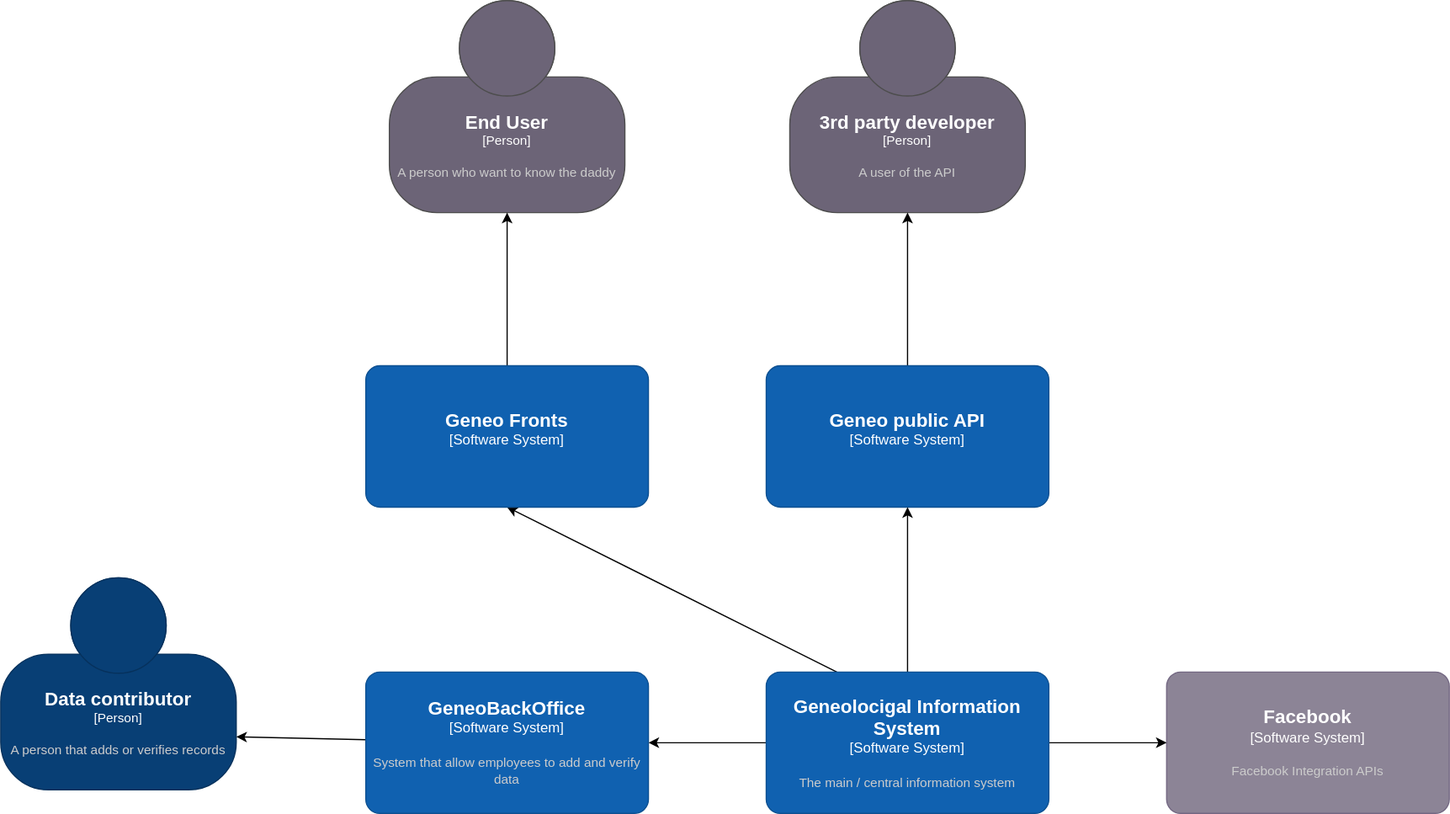
Earlier version of the draw.io export docs/img/daddy-system-context.drawio.svg (yostane/cours-archi-logicielle). Source tidied: cells renumbered, new cells last; positions are measured from the earlier drawing's top-left corner, leaving out a move shared by most shapes.
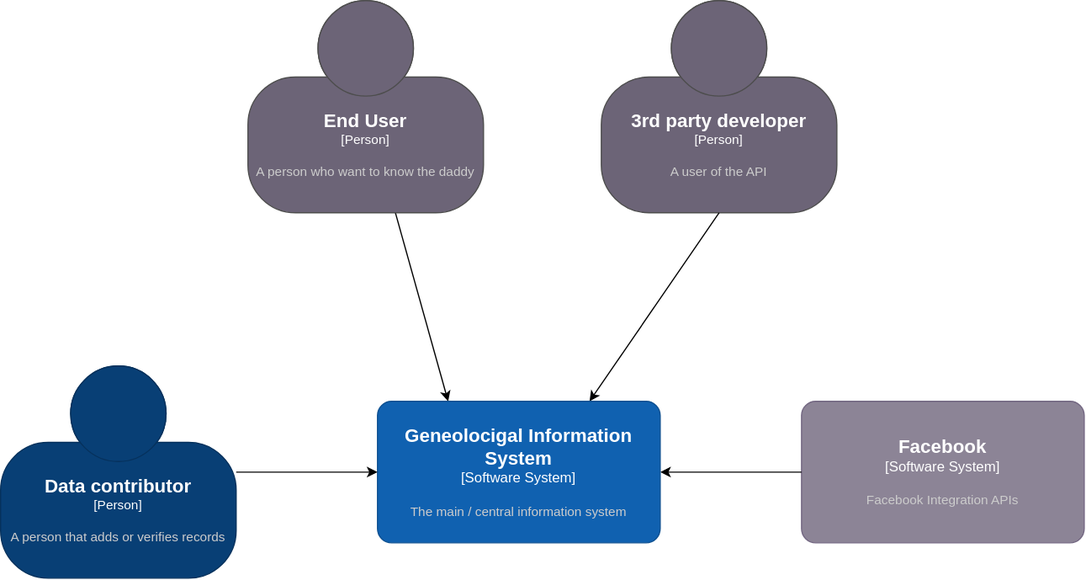
The same file after the commit.

Change to the diagram source:
```diff
@@ -2,66 +2,42 @@
   <root>
     <mxCell id="0" />
     <mxCell id="1" parent="0" />
+    <mxCell id="17" style="edgeStyle=none;html=1;entryX=0.25;entryY=0;entryDx=0;entryDy=0;entryPerimeter=0;" parent="1" edge="1" source="2" target="12">
+      <mxGeometry relative="1" as="geometry" />
+    </mxCell>
     <object id="2" label="&lt;font style=&quot;font-size: 16px&quot;&gt;&lt;b&gt;%c4Name%&lt;/b&gt;&lt;/font&gt;&lt;div&gt;[%c4Type%]&lt;/div&gt;&lt;br&gt;&lt;div&gt;&lt;font style=&quot;font-size: 11px&quot;&gt;&lt;font color=&quot;#cccccc&quot;&gt;%c4Description%&lt;/font&gt;&lt;/div&gt;" c4Description="A person who want to know the daddy" c4Name="End User" c4Type="Person" placeholders="1">
       <mxCell style="html=1;fontSize=11;dashed=0;whiteSpace=wrap;fillColor=#6C6477;strokeColor=#4D4D4D;fontColor=#ffffff;shape=mxgraph.c4.person2;align=center;points=[[0.5,0,0],[1,0.5,0],[1,0.75,0],[0.75,1,0],[0.5,1,0],[0.25,1,0],[0,0.75,0],[0,0.5,0]];" parent="1" vertex="1">
-        <mxGeometry x="330" width="200" height="180" as="geometry" />
+        <mxGeometry x="370" y="110" width="200" height="180" as="geometry" />
       </mxCell>
     </object>
     <object id="3" label="&lt;font style=&quot;font-size: 16px&quot;&gt;&lt;b&gt;%c4Name%&lt;/b&gt;&lt;/font&gt;&lt;div&gt;[%c4Type%]&lt;/div&gt;&lt;br&gt;&lt;div&gt;&lt;font style=&quot;font-size: 11px&quot;&gt;&lt;font color=&quot;#cccccc&quot;&gt;%c4Description%&lt;/font&gt;&lt;/div&gt;" c4Description="A user of the API" c4Name="3rd party developer" c4Type="Person" placeholders="1">
       <mxCell style="html=1;fontSize=11;dashed=0;whiteSpace=wrap;fillColor=#6C6477;strokeColor=#4D4D4D;fontColor=#ffffff;shape=mxgraph.c4.person2;align=center;points=[[0.5,0,0],[1,0.5,0],[1,0.75,0],[0.75,1,0],[0.5,1,0],[0.25,1,0],[0,0.75,0],[0,0.5,0]];" parent="1" vertex="1">
-        <mxGeometry x="670" width="200" height="180" as="geometry" />
+        <mxGeometry x="670" y="110" width="200" height="180" as="geometry" />
       </mxCell>
     </object>
     <object id="4" label="&lt;font style=&quot;font-size: 16px&quot;&gt;&lt;b&gt;%c4Name%&lt;/b&gt;&lt;/font&gt;&lt;div&gt;[%c4Type%]&lt;/div&gt;&lt;br&gt;&lt;div&gt;&lt;font style=&quot;font-size: 11px&quot;&gt;&lt;font color=&quot;#cccccc&quot;&gt;%c4Description%&lt;/font&gt;&lt;/div&gt;" c4Description="A person that adds or verifies records" c4Name="Data contributor" c4Type="Person" placeholders="1">
       <mxCell style="html=1;fontSize=11;dashed=0;whiteSpace=wrap;fillColor=#083F75;strokeColor=#06315C;fontColor=#ffffff;shape=mxgraph.c4.person2;align=center;points=[[0.5,0,0],[1,0.5,0],[1,0.75,0],[0.75,1,0],[0.5,1,0],[0.25,1,0],[0,0.75,0],[0,0.5,0]];" parent="1" vertex="1">
-        <mxGeometry y="490" width="200" height="180" as="geometry" />
+        <mxGeometry x="160" y="420" width="200" height="180" as="geometry" />
       </mxCell>
     </object>
     <object id="5" label="&lt;font style=&quot;font-size: 16px&quot;&gt;&lt;b&gt;%c4Name%&lt;/b&gt;&lt;/font&gt;&lt;div&gt;[%c4Type%]&lt;/div&gt;&lt;br&gt;&lt;div&gt;&lt;font style=&quot;font-size: 11px&quot;&gt;&lt;font color=&quot;#cccccc&quot;&gt;%c4Description%&lt;/font&gt;&lt;/div&gt;" c4Description="Facebook Integration APIs" c4Name="Facebook" c4Type="Software System" placeholders="1">
       <mxCell style="rounded=1;whiteSpace=wrap;html=1;labelBackgroundColor=none;fillColor=#8C8496;fontColor=#ffffff;align=center;arcSize=10;strokeColor=#736782;points=[[0.25,0,0],[0.5,0,0],[0.75,0,0],[1,0.25,0],[1,0.5,0],[1,0.75,0],[0.75,1,0],[0.5,1,0],[0.25,1,0],[0,0.75,0],[0,0.5,0],[0,0.25,0]];" parent="1" vertex="1">
-        <mxGeometry x="990" y="570" width="240" height="120" as="geometry" />
+        <mxGeometry x="840" y="450" width="240" height="120" as="geometry" />
       </mxCell>
     </object>
-    <mxCell id="6" style="edgeStyle=none;html=1;entryX=0.5;entryY=1;entryDx=0;entryDy=0;entryPerimeter=0;" parent="1" edge="1" source="7" target="3">
+    <mxCell id="6" style="edgeStyle=none;html=1;entryX=0.75;entryY=0;entryDx=0;entryDy=0;entryPerimeter=0;exitX=0.5;exitY=1;exitDx=0;exitDy=0;exitPerimeter=0;" parent="1" edge="1" source="3" target="12">
       <mxGeometry relative="1" as="geometry" />
     </mxCell>
-    <object id="7" label="&lt;font style=&quot;font-size: 16px&quot;&gt;&lt;b&gt;%c4Name%&lt;/b&gt;&lt;/font&gt;&lt;div&gt;[%c4Type%]&lt;/div&gt;&lt;br&gt;&lt;div&gt;&lt;font style=&quot;font-size: 11px&quot;&gt;&lt;font color=&quot;#cccccc&quot;&gt;%c4Description%&lt;/font&gt;&lt;/div&gt;" c4Description="" c4Name="Geneo public API" c4Type="Software System" placeholders="1">
-      <mxCell style="rounded=1;whiteSpace=wrap;html=1;labelBackgroundColor=none;fillColor=#1061B0;fontColor=#ffffff;align=center;arcSize=10;strokeColor=#0D5091;points=[[0.25,0,0],[0.5,0,0],[0.75,0,0],[1,0.25,0],[1,0.5,0],[1,0.75,0],[0.75,1,0],[0.5,1,0],[0.25,1,0],[0,0.75,0],[0,0.5,0],[0,0.25,0]];" parent="1" vertex="1">
-        <mxGeometry x="650" y="310" width="240" height="120" as="geometry" />
-      </mxCell>
-    </object>
-    <mxCell id="8" style="edgeStyle=none;html=1;entryX=0.5;entryY=1;entryDx=0;entryDy=0;entryPerimeter=0;" parent="1" edge="1" source="12" target="7">
-      <mxGeometry relative="1" as="geometry" />
-    </mxCell>
-    <mxCell id="9" style="edgeStyle=none;html=1;exitX=0.25;exitY=0;exitDx=0;exitDy=0;exitPerimeter=0;entryX=0.5;entryY=1;entryDx=0;entryDy=0;entryPerimeter=0;" parent="1" edge="1" source="12" target="14">
-      <mxGeometry relative="1" as="geometry" />
-    </mxCell>
-    <mxCell id="10" style="edgeStyle=none;html=1;entryX=1;entryY=0.5;entryDx=0;entryDy=0;entryPerimeter=0;" parent="1" edge="1" source="12" target="16">
-      <mxGeometry relative="1" as="geometry" />
-    </mxCell>
-    <mxCell id="11" style="edgeStyle=none;html=1;entryX=0;entryY=0.5;entryDx=0;entryDy=0;entryPerimeter=0;" parent="1" edge="1" source="12" target="5">
+    <mxCell id="11" style="edgeStyle=none;html=1;exitX=0;exitY=0.5;exitDx=0;exitDy=0;exitPerimeter=0;" parent="1" edge="1" source="5" target="12">
       <mxGeometry relative="1" as="geometry" />
     </mxCell>
     <object id="12" label="&lt;font style=&quot;font-size: 16px&quot;&gt;&lt;b&gt;%c4Name%&lt;/b&gt;&lt;/font&gt;&lt;div&gt;[%c4Type%]&lt;/div&gt;&lt;br&gt;&lt;div&gt;&lt;font style=&quot;font-size: 11px&quot;&gt;&lt;font color=&quot;#cccccc&quot;&gt;%c4Description%&lt;/font&gt;&lt;/div&gt;" c4Description="The main / central information system" c4Name="Geneolocigal Information System" c4Type="Software System" placeholders="1">
       <mxCell style="rounded=1;whiteSpace=wrap;html=1;labelBackgroundColor=none;fillColor=#1061B0;fontColor=#ffffff;align=center;arcSize=10;strokeColor=#0D5091;points=[[0.25,0,0],[0.5,0,0],[0.75,0,0],[1,0.25,0],[1,0.5,0],[1,0.75,0],[0.75,1,0],[0.5,1,0],[0.25,1,0],[0,0.75,0],[0,0.5,0],[0,0.25,0]];" parent="1" vertex="1">
-        <mxGeometry x="650" y="570" width="240" height="120" as="geometry" />
+        <mxGeometry x="480" y="450" width="240" height="120" as="geometry" />
       </mxCell>
     </object>
-    <mxCell id="13" style="edgeStyle=none;html=1;entryX=0.5;entryY=1;entryDx=0;entryDy=0;entryPerimeter=0;" parent="1" edge="1" source="14" target="2">
-      <mxGeometry relative="1" as="geometry" />
-    </mxCell>
-    <object id="14" label="&lt;font style=&quot;font-size: 16px&quot;&gt;&lt;b&gt;%c4Name%&lt;/b&gt;&lt;/font&gt;&lt;div&gt;[%c4Type%]&lt;/div&gt;&lt;br&gt;&lt;div&gt;&lt;font style=&quot;font-size: 11px&quot;&gt;&lt;font color=&quot;#cccccc&quot;&gt;%c4Description%&lt;/font&gt;&lt;/div&gt;" c4Description="" c4Name="Geneo Fronts" c4Type="Software System" placeholders="1">
-      <mxCell style="rounded=1;whiteSpace=wrap;html=1;labelBackgroundColor=none;fillColor=#1061B0;fontColor=#ffffff;align=center;arcSize=10;strokeColor=#0D5091;points=[[0.25,0,0],[0.5,0,0],[0.75,0,0],[1,0.25,0],[1,0.5,0],[1,0.75,0],[0.75,1,0],[0.5,1,0],[0.25,1,0],[0,0.75,0],[0,0.5,0],[0,0.25,0]];" parent="1" vertex="1">
-        <mxGeometry x="310" y="310" width="240" height="120" as="geometry" />
-      </mxCell>
-    </object>
-    <mxCell id="15" style="edgeStyle=none;html=1;entryX=1;entryY=0.75;entryDx=0;entryDy=0;entryPerimeter=0;" parent="1" edge="1" source="16" target="4">
+    <mxCell id="15" style="edgeStyle=none;html=1;entryX=0;entryY=0.5;entryDx=0;entryDy=0;entryPerimeter=0;exitX=1;exitY=0.5;exitDx=0;exitDy=0;exitPerimeter=0;" parent="1" edge="1" source="4" target="12">
       <mxGeometry relative="1" as="geometry" />
     </mxCell>
-    <object id="16" label="&lt;font style=&quot;font-size: 16px&quot;&gt;&lt;b&gt;%c4Name%&lt;/b&gt;&lt;/font&gt;&lt;div&gt;[%c4Type%]&lt;/div&gt;&lt;br&gt;&lt;div&gt;&lt;font style=&quot;font-size: 11px&quot;&gt;&lt;font color=&quot;#cccccc&quot;&gt;%c4Description%&lt;/font&gt;&lt;/div&gt;" c4Description="System that allow employees to add and verify data" c4Name="GeneoBackOffice" c4Type="Software System" placeholders="1">
-      <mxCell style="rounded=1;whiteSpace=wrap;html=1;labelBackgroundColor=none;fillColor=#1061B0;fontColor=#ffffff;align=center;arcSize=10;strokeColor=#0D5091;points=[[0.25,0,0],[0.5,0,0],[0.75,0,0],[1,0.25,0],[1,0.5,0],[1,0.75,0],[0.75,1,0],[0.5,1,0],[0.25,1,0],[0,0.75,0],[0,0.5,0],[0,0.25,0]];" parent="1" vertex="1">
-        <mxGeometry x="310" y="570" width="240" height="120" as="geometry" />
-      </mxCell>
-    </object>
   </root>
 </mxGraphModel>
```
